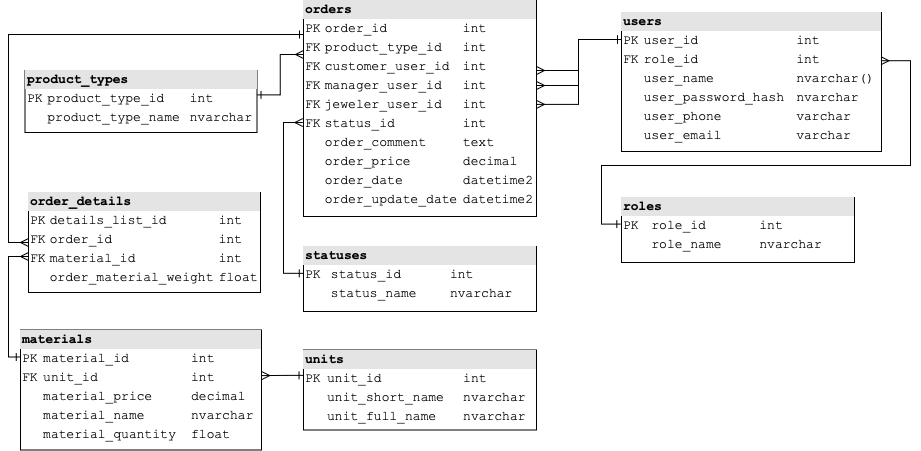
The draw.io diagram docs/database-diagram.drawio.png in mendokusse/jewelry-workshop, before a commit. Source tidied: cells renumbered, new cells last; positions are measured from the earlier drawing's top-left corner, leaving out a move shared by most shapes.
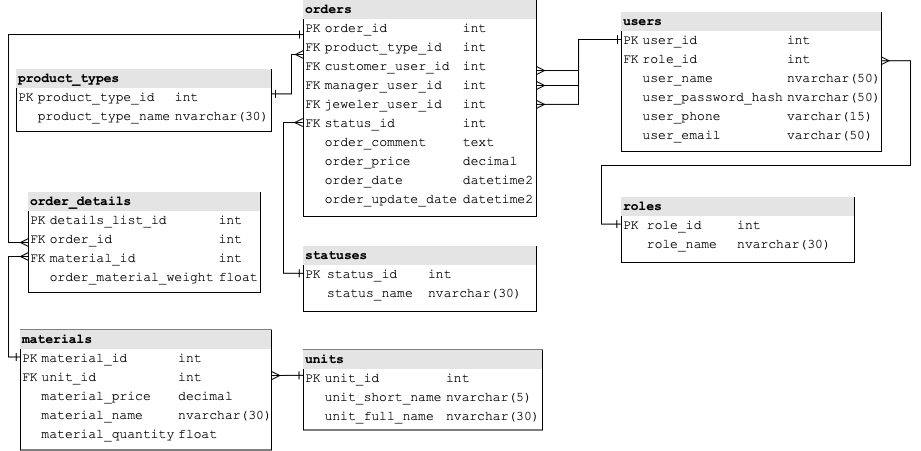
Later version of the same file.

Commit message:
fix database diagram

Diff of the diagram source:
```diff
@@ -2,10 +2,10 @@
   <root>
     <mxCell id="0" />
     <mxCell id="1" parent="0" />
-    <mxCell id="2" value="&lt;div style=&quot;box-sizing: border-box; width: 100%; background: rgb(228, 228, 228); padding: 2px;&quot;&gt;&lt;b&gt;users&lt;/b&gt;&lt;/div&gt;&lt;table style=&quot;width: 100%;&quot; cellpadding=&quot;2&quot; cellspacing=&quot;0&quot;&gt;&lt;tbody&gt;&lt;tr&gt;&lt;td&gt;PK&lt;/td&gt;&lt;td&gt;user_id&lt;/td&gt;&lt;td&gt;int&lt;/td&gt;&lt;/tr&gt;&lt;tr&gt;&lt;td&gt;FK&lt;/td&gt;&lt;td&gt;role_id&lt;/td&gt;&lt;td&gt;int&lt;/td&gt;&lt;/tr&gt;&lt;tr&gt;&lt;td&gt;&lt;br&gt;&lt;/td&gt;&lt;td&gt;user_name&lt;br&gt;&lt;/td&gt;&lt;td&gt;nvarchar()&lt;/td&gt;&lt;/tr&gt;&lt;tr&gt;&lt;td&gt;&lt;/td&gt;&lt;td&gt;user_password_hash&lt;/td&gt;&lt;td&gt;nvarchar&lt;/td&gt;&lt;/tr&gt;&lt;tr&gt;&lt;td&gt;&lt;br&gt;&lt;/td&gt;&lt;td&gt;user_phone&lt;/td&gt;&lt;td&gt;varchar&lt;/td&gt;&lt;/tr&gt;&lt;tr&gt;&lt;td&gt;&lt;br&gt;&lt;/td&gt;&lt;td&gt;user_email&lt;/td&gt;&lt;td&gt;varchar&lt;/td&gt;&lt;/tr&gt;&lt;/tbody&gt;&lt;/table&gt;" style="verticalAlign=top;align=left;overflow=fill;html=1;whiteSpace=wrap;rounded=0;fontFamily=Courier New;fontSize=13;" parent="1" vertex="1">
+    <mxCell id="2" value="&lt;div style=&quot;box-sizing: border-box; width: 100%; background: rgb(228, 228, 228); padding: 2px;&quot;&gt;&lt;b&gt;users&lt;/b&gt;&lt;/div&gt;&lt;table style=&quot;width: 100%;&quot; cellpadding=&quot;2&quot; cellspacing=&quot;0&quot;&gt;&lt;tbody&gt;&lt;tr&gt;&lt;td&gt;PK&lt;/td&gt;&lt;td&gt;user_id&lt;/td&gt;&lt;td&gt;int&lt;/td&gt;&lt;/tr&gt;&lt;tr&gt;&lt;td&gt;FK&lt;/td&gt;&lt;td&gt;role_id&lt;/td&gt;&lt;td&gt;int&lt;/td&gt;&lt;/tr&gt;&lt;tr&gt;&lt;td&gt;&lt;br&gt;&lt;/td&gt;&lt;td&gt;user_name&lt;br&gt;&lt;/td&gt;&lt;td&gt;nvarchar(50)&lt;/td&gt;&lt;/tr&gt;&lt;tr&gt;&lt;td&gt;&lt;/td&gt;&lt;td&gt;user_password_hash&lt;/td&gt;&lt;td&gt;nvarchar(50)&lt;/td&gt;&lt;/tr&gt;&lt;tr&gt;&lt;td&gt;&lt;br&gt;&lt;/td&gt;&lt;td&gt;user_phone&lt;/td&gt;&lt;td&gt;varchar(15)&lt;/td&gt;&lt;/tr&gt;&lt;tr&gt;&lt;td&gt;&lt;br&gt;&lt;/td&gt;&lt;td&gt;user_email&lt;/td&gt;&lt;td&gt;varchar(50)&lt;/td&gt;&lt;/tr&gt;&lt;/tbody&gt;&lt;/table&gt;" style="verticalAlign=top;align=left;overflow=fill;html=1;whiteSpace=wrap;rounded=0;fontFamily=Courier New;fontSize=13;" parent="1" vertex="1">
       <mxGeometry x="613" y="12" width="260" height="139" as="geometry" />
     </mxCell>
-    <mxCell id="3" value="&lt;div style=&quot;box-sizing: border-box; width: 100%; background: rgb(228, 228, 228); padding: 2px;&quot;&gt;&lt;b&gt;roles&lt;/b&gt;&lt;/div&gt;&lt;table style=&quot;width: 100%;&quot; cellpadding=&quot;2&quot; cellspacing=&quot;0&quot;&gt;&lt;tbody&gt;&lt;tr&gt;&lt;td&gt;PK&lt;/td&gt;&lt;td&gt;role_id&lt;/td&gt;&lt;td&gt;int&lt;/td&gt;&lt;/tr&gt;&lt;tr&gt;&lt;td&gt;&lt;br&gt;&lt;/td&gt;&lt;td&gt;role_name&lt;/td&gt;&lt;td&gt;nvarchar&lt;/td&gt;&lt;/tr&gt;&lt;tr&gt;&lt;td&gt;&lt;br&gt;&lt;/td&gt;&lt;td&gt;&lt;/td&gt;&lt;td&gt;&lt;/td&gt;&lt;/tr&gt;&lt;/tbody&gt;&lt;/table&gt;" style="verticalAlign=top;align=left;overflow=fill;html=1;whiteSpace=wrap;rounded=0;fontFamily=Courier New;fontSize=13;" parent="1" vertex="1">
+    <mxCell id="3" value="&lt;div style=&quot;box-sizing: border-box; width: 100%; background: rgb(228, 228, 228); padding: 2px;&quot;&gt;&lt;b&gt;roles&lt;/b&gt;&lt;/div&gt;&lt;table style=&quot;width: 100%;&quot; cellpadding=&quot;2&quot; cellspacing=&quot;0&quot;&gt;&lt;tbody&gt;&lt;tr&gt;&lt;td&gt;PK&lt;/td&gt;&lt;td&gt;role_id&lt;/td&gt;&lt;td&gt;int&lt;/td&gt;&lt;/tr&gt;&lt;tr&gt;&lt;td&gt;&lt;br&gt;&lt;/td&gt;&lt;td&gt;role_name&lt;/td&gt;&lt;td&gt;nvarchar(30)&lt;/td&gt;&lt;/tr&gt;&lt;tr&gt;&lt;td&gt;&lt;br&gt;&lt;/td&gt;&lt;td&gt;&lt;/td&gt;&lt;td&gt;&lt;/td&gt;&lt;/tr&gt;&lt;/tbody&gt;&lt;/table&gt;" style="verticalAlign=top;align=left;overflow=fill;html=1;whiteSpace=wrap;rounded=0;fontFamily=Courier New;fontSize=13;" parent="1" vertex="1">
       <mxGeometry x="613" y="197" width="233" height="65" as="geometry" />
     </mxCell>
     <mxCell id="4" style="edgeStyle=orthogonalEdgeStyle;rounded=0;jettySize=auto;html=1;entryX=0;entryY=0.5;entryDx=0;entryDy=0;startArrow=ERone;startFill=0;endArrow=ERmany;endFill=0;" parent="1" edge="1" source="5" target="7">
@@ -19,17 +19,17 @@
     <mxCell id="5" value="&lt;div style=&quot;box-sizing: border-box; width: 100%; background: rgb(228, 228, 228); padding: 2px;&quot;&gt;&lt;b&gt;orders&lt;/b&gt;&lt;/div&gt;&lt;table style=&quot;width: 100%;&quot; cellpadding=&quot;2&quot; cellspacing=&quot;0&quot;&gt;&lt;tbody&gt;&lt;tr&gt;&lt;td&gt;PK&lt;/td&gt;&lt;td&gt;order_id&lt;/td&gt;&lt;td&gt;int&lt;/td&gt;&lt;/tr&gt;&lt;tr&gt;&lt;td&gt;FK&lt;/td&gt;&lt;td&gt;product_type_id&lt;/td&gt;&lt;td&gt;int&lt;/td&gt;&lt;/tr&gt;&lt;tr&gt;&lt;td&gt;FK&lt;/td&gt;&lt;td&gt;customer_user_id&lt;/td&gt;&lt;td&gt;int&lt;/td&gt;&lt;/tr&gt;&lt;tr&gt;&lt;td&gt;FK&lt;/td&gt;&lt;td&gt;manager_user_id&lt;/td&gt;&lt;td&gt;int&lt;/td&gt;&lt;/tr&gt;&lt;tr&gt;&lt;td&gt;&lt;span style=&quot;white-space: pre;&quot;&gt;FK&lt;/span&gt;&lt;/td&gt;&lt;td&gt;jeweler_user_id&lt;/td&gt;&lt;td&gt;int&lt;/td&gt;&lt;/tr&gt;&lt;tr&gt;&lt;td&gt;FK&lt;/td&gt;&lt;td&gt;status_id&lt;/td&gt;&lt;td&gt;int&lt;/td&gt;&lt;/tr&gt;&lt;tr&gt;&lt;td&gt;&lt;br&gt;&lt;/td&gt;&lt;td&gt;order_comment&lt;/td&gt;&lt;td&gt;text&lt;/td&gt;&lt;/tr&gt;&lt;tr&gt;&lt;td&gt;&lt;br&gt;&lt;/td&gt;&lt;td&gt;order_price&lt;/td&gt;&lt;td&gt;decimal&lt;/td&gt;&lt;/tr&gt;&lt;tr&gt;&lt;td&gt;&lt;br&gt;&lt;/td&gt;&lt;td&gt;order_date&lt;/td&gt;&lt;td&gt;datetime2&lt;/td&gt;&lt;/tr&gt;&lt;tr&gt;&lt;td&gt;&lt;br&gt;&lt;/td&gt;&lt;td&gt;order_update_date&lt;/td&gt;&lt;td&gt;datetime2&lt;/td&gt;&lt;/tr&gt;&lt;/tbody&gt;&lt;/table&gt;" style="verticalAlign=top;align=left;overflow=fill;html=1;whiteSpace=wrap;rounded=0;fontFamily=Courier New;fontSize=13;" parent="1" vertex="1">
       <mxGeometry x="295" width="233" height="216" as="geometry" />
     </mxCell>
-    <mxCell id="6" value="&lt;div style=&quot;box-sizing: border-box; width: 100%; background: rgb(228, 228, 228); padding: 2px;&quot;&gt;&lt;b&gt;statuses&lt;/b&gt;&lt;/div&gt;&lt;table style=&quot;width: 100%;&quot; cellpadding=&quot;2&quot; cellspacing=&quot;0&quot;&gt;&lt;tbody&gt;&lt;tr&gt;&lt;td&gt;PK&lt;/td&gt;&lt;td&gt;status_id&lt;/td&gt;&lt;td&gt;int&lt;/td&gt;&lt;/tr&gt;&lt;tr&gt;&lt;td&gt;&lt;br&gt;&lt;/td&gt;&lt;td&gt;status_name&lt;/td&gt;&lt;td&gt;nvarchar&lt;/td&gt;&lt;/tr&gt;&lt;tr&gt;&lt;td&gt;&lt;br&gt;&lt;/td&gt;&lt;td&gt;&lt;/td&gt;&lt;td&gt;&lt;/td&gt;&lt;/tr&gt;&lt;/tbody&gt;&lt;/table&gt;" style="verticalAlign=top;align=left;overflow=fill;html=1;whiteSpace=wrap;rounded=0;fontFamily=Courier New;fontSize=13;" parent="1" vertex="1">
+    <mxCell id="6" value="&lt;div style=&quot;box-sizing: border-box; width: 100%; background: rgb(228, 228, 228); padding: 2px;&quot;&gt;&lt;b&gt;statuses&lt;/b&gt;&lt;/div&gt;&lt;table style=&quot;width: 100%;&quot; cellpadding=&quot;2&quot; cellspacing=&quot;0&quot;&gt;&lt;tbody&gt;&lt;tr&gt;&lt;td&gt;PK&lt;/td&gt;&lt;td&gt;status_id&lt;/td&gt;&lt;td&gt;int&lt;/td&gt;&lt;/tr&gt;&lt;tr&gt;&lt;td&gt;&lt;br&gt;&lt;/td&gt;&lt;td&gt;status_name&lt;/td&gt;&lt;td&gt;nvarchar(30)&lt;/td&gt;&lt;/tr&gt;&lt;tr&gt;&lt;td&gt;&lt;br&gt;&lt;/td&gt;&lt;td&gt;&lt;/td&gt;&lt;td&gt;&lt;/td&gt;&lt;/tr&gt;&lt;/tbody&gt;&lt;/table&gt;" style="verticalAlign=top;align=left;overflow=fill;html=1;whiteSpace=wrap;rounded=0;fontFamily=Courier New;fontSize=13;" parent="1" vertex="1">
       <mxGeometry x="295" y="246" width="233" height="65" as="geometry" />
     </mxCell>
     <mxCell id="7" value="&lt;div style=&quot;box-sizing: border-box; width: 100%; background: rgb(228, 228, 228); padding: 2px;&quot;&gt;&lt;b&gt;order_details&lt;/b&gt;&lt;/div&gt;&lt;table style=&quot;width: 100%;&quot; cellpadding=&quot;2&quot; cellspacing=&quot;0&quot;&gt;&lt;tbody&gt;&lt;tr&gt;&lt;td&gt;PK&lt;/td&gt;&lt;td&gt;details_list_id&lt;/td&gt;&lt;td&gt;int&lt;/td&gt;&lt;/tr&gt;&lt;tr&gt;&lt;td&gt;FK&lt;/td&gt;&lt;td&gt;order_id&lt;/td&gt;&lt;td&gt;int&lt;/td&gt;&lt;/tr&gt;&lt;tr&gt;&lt;td&gt;FK&lt;/td&gt;&lt;td&gt;material_id&lt;/td&gt;&lt;td&gt;int&lt;/td&gt;&lt;/tr&gt;&lt;tr&gt;&lt;td&gt;&lt;br&gt;&lt;/td&gt;&lt;td&gt;order_material_weight&lt;/td&gt;&lt;td&gt;float&lt;/td&gt;&lt;/tr&gt;&lt;tr&gt;&lt;td&gt;&lt;br&gt;&lt;/td&gt;&lt;td&gt;&lt;br&gt;&lt;/td&gt;&lt;td&gt;&lt;br&gt;&lt;/td&gt;&lt;/tr&gt;&lt;/tbody&gt;&lt;/table&gt;" style="verticalAlign=top;align=left;overflow=fill;html=1;whiteSpace=wrap;rounded=0;fontFamily=Courier New;fontSize=13;" parent="1" vertex="1">
       <mxGeometry x="20" y="192" width="232" height="100" as="geometry" />
     </mxCell>
-    <mxCell id="8" value="&lt;div style=&quot;box-sizing: border-box; width: 100%; background: rgb(228, 228, 228); padding: 2px;&quot;&gt;&lt;b&gt;materials&lt;/b&gt;&lt;/div&gt;&lt;table style=&quot;width: 100%;&quot; cellpadding=&quot;2&quot; cellspacing=&quot;0&quot;&gt;&lt;tbody&gt;&lt;tr&gt;&lt;td&gt;PK&lt;/td&gt;&lt;td&gt;material_id&lt;/td&gt;&lt;td&gt;int&lt;/td&gt;&lt;/tr&gt;&lt;tr&gt;&lt;td&gt;FK&lt;/td&gt;&lt;td&gt;unit_id&lt;/td&gt;&lt;td&gt;int&lt;/td&gt;&lt;/tr&gt;&lt;tr&gt;&lt;td&gt;&lt;br&gt;&lt;/td&gt;&lt;td&gt;material_price&lt;/td&gt;&lt;td&gt;decimal&lt;/td&gt;&lt;/tr&gt;&lt;tr&gt;&lt;td&gt;&lt;br&gt;&lt;/td&gt;&lt;td&gt;material_name&lt;/td&gt;&lt;td&gt;nvarchar&lt;/td&gt;&lt;/tr&gt;&lt;tr&gt;&lt;td&gt;&lt;br&gt;&lt;/td&gt;&lt;td&gt;material_quantity&lt;/td&gt;&lt;td&gt;float&lt;/td&gt;&lt;/tr&gt;&lt;tr&gt;&lt;td&gt;&lt;br&gt;&lt;/td&gt;&lt;td&gt;&lt;br&gt;&lt;/td&gt;&lt;td&gt;&lt;br&gt;&lt;/td&gt;&lt;/tr&gt;&lt;/tbody&gt;&lt;/table&gt;" style="verticalAlign=top;align=left;overflow=fill;html=1;whiteSpace=wrap;rounded=0;fontFamily=Courier New;fontSize=13;" parent="1" vertex="1">
-      <mxGeometry x="12" y="329.5" width="241" height="120" as="geometry" />
+    <mxCell id="8" value="&lt;div style=&quot;box-sizing: border-box; width: 100%; background: rgb(228, 228, 228); padding: 2px;&quot;&gt;&lt;b&gt;materials&lt;/b&gt;&lt;/div&gt;&lt;table style=&quot;width: 100%;&quot; cellpadding=&quot;2&quot; cellspacing=&quot;0&quot;&gt;&lt;tbody&gt;&lt;tr&gt;&lt;td&gt;PK&lt;/td&gt;&lt;td&gt;material_id&lt;/td&gt;&lt;td&gt;int&lt;/td&gt;&lt;/tr&gt;&lt;tr&gt;&lt;td&gt;FK&lt;/td&gt;&lt;td&gt;unit_id&lt;/td&gt;&lt;td&gt;int&lt;/td&gt;&lt;/tr&gt;&lt;tr&gt;&lt;td&gt;&lt;br&gt;&lt;/td&gt;&lt;td&gt;material_price&lt;/td&gt;&lt;td&gt;decimal&lt;/td&gt;&lt;/tr&gt;&lt;tr&gt;&lt;td&gt;&lt;br&gt;&lt;/td&gt;&lt;td&gt;material_name&lt;/td&gt;&lt;td&gt;nvarchar(30)&lt;/td&gt;&lt;/tr&gt;&lt;tr&gt;&lt;td&gt;&lt;br&gt;&lt;/td&gt;&lt;td&gt;material_quantity&lt;/td&gt;&lt;td&gt;float&lt;/td&gt;&lt;/tr&gt;&lt;tr&gt;&lt;td&gt;&lt;br&gt;&lt;/td&gt;&lt;td&gt;&lt;br&gt;&lt;/td&gt;&lt;td&gt;&lt;br&gt;&lt;/td&gt;&lt;/tr&gt;&lt;/tbody&gt;&lt;/table&gt;" style="verticalAlign=top;align=left;overflow=fill;html=1;whiteSpace=wrap;rounded=0;fontFamily=Courier New;fontSize=13;" parent="1" vertex="1">
+      <mxGeometry x="12" y="329.5" width="251" height="120" as="geometry" />
     </mxCell>
-    <mxCell id="9" value="&lt;div style=&quot;box-sizing: border-box; width: 100%; background: rgb(228, 228, 228); padding: 2px;&quot;&gt;&lt;b&gt;units&lt;/b&gt;&lt;/div&gt;&lt;table style=&quot;width: 100%;&quot; cellpadding=&quot;2&quot; cellspacing=&quot;0&quot;&gt;&lt;tbody&gt;&lt;tr&gt;&lt;td&gt;PK&lt;/td&gt;&lt;td&gt;unit_id&lt;/td&gt;&lt;td&gt;int&lt;/td&gt;&lt;/tr&gt;&lt;tr&gt;&lt;td&gt;&lt;br&gt;&lt;/td&gt;&lt;td&gt;unit_short_name&lt;/td&gt;&lt;td&gt;nvarchar&lt;/td&gt;&lt;/tr&gt;&lt;tr&gt;&lt;td&gt;&lt;br&gt;&lt;/td&gt;&lt;td&gt;unit_full_name&lt;/td&gt;&lt;td&gt;nvarchar&lt;/td&gt;&lt;/tr&gt;&lt;/tbody&gt;&lt;/table&gt;" style="verticalAlign=top;align=left;overflow=fill;html=1;whiteSpace=wrap;rounded=0;fontFamily=Courier New;fontSize=13;" parent="1" vertex="1">
-      <mxGeometry x="295" y="349.5" width="233" height="80" as="geometry" />
+    <mxCell id="9" value="&lt;div style=&quot;box-sizing: border-box; width: 100%; background: rgb(228, 228, 228); padding: 2px;&quot;&gt;&lt;b&gt;units&lt;/b&gt;&lt;/div&gt;&lt;table style=&quot;width: 100%;&quot; cellpadding=&quot;2&quot; cellspacing=&quot;0&quot;&gt;&lt;tbody&gt;&lt;tr&gt;&lt;td&gt;PK&lt;/td&gt;&lt;td&gt;unit_id&lt;/td&gt;&lt;td&gt;int&lt;/td&gt;&lt;/tr&gt;&lt;tr&gt;&lt;td&gt;&lt;br&gt;&lt;/td&gt;&lt;td&gt;unit_short_name&lt;/td&gt;&lt;td&gt;nvarchar(5)&lt;/td&gt;&lt;/tr&gt;&lt;tr&gt;&lt;td&gt;&lt;br&gt;&lt;/td&gt;&lt;td&gt;unit_full_name&lt;/td&gt;&lt;td&gt;nvarchar(30)&lt;/td&gt;&lt;/tr&gt;&lt;/tbody&gt;&lt;/table&gt;" style="verticalAlign=top;align=left;overflow=fill;html=1;whiteSpace=wrap;rounded=0;fontFamily=Courier New;fontSize=13;" parent="1" vertex="1">
+      <mxGeometry x="295" y="349.5" width="239" height="80" as="geometry" />
     </mxCell>
     <mxCell id="10" style="edgeStyle=orthogonalEdgeStyle;rounded=0;jettySize=auto;html=1;entryX=0;entryY=0.64;entryDx=0;entryDy=0;entryPerimeter=0;exitX=-0.001;exitY=0.225;exitDx=0;exitDy=0;exitPerimeter=0;startArrow=ERone;startFill=0;endArrow=ERmany;endFill=0;fontFamily=Courier New;fontSize=13;" parent="1" edge="1" source="8" target="7">
       <mxGeometry relative="1" as="geometry">
@@ -42,8 +42,8 @@
     <mxCell id="11" style="edgeStyle=orthogonalEdgeStyle;rounded=0;jettySize=auto;html=1;entryX=0;entryY=0.25;entryDx=0;entryDy=0;exitX=1;exitY=0.393;exitDx=0;exitDy=0;exitPerimeter=0;startArrow=ERone;startFill=0;endArrow=ERmany;endFill=0;" parent="1" edge="1" source="12" target="5">
       <mxGeometry relative="1" as="geometry" />
     </mxCell>
-    <mxCell id="12" value="&lt;div style=&quot;box-sizing: border-box; width: 100%; background: rgb(228, 228, 228); padding: 2px;&quot;&gt;&lt;b&gt;product_types&lt;/b&gt;&lt;/div&gt;&lt;table style=&quot;width: 100%;&quot; cellpadding=&quot;2&quot; cellspacing=&quot;0&quot;&gt;&lt;tbody&gt;&lt;tr&gt;&lt;td&gt;PK&lt;/td&gt;&lt;td&gt;product_type_id&lt;/td&gt;&lt;td&gt;int&lt;/td&gt;&lt;/tr&gt;&lt;tr&gt;&lt;td&gt;&lt;br&gt;&lt;/td&gt;&lt;td&gt;product_type_name&lt;/td&gt;&lt;td&gt;nvarchar&lt;/td&gt;&lt;/tr&gt;&lt;tr&gt;&lt;td&gt;&lt;br&gt;&lt;/td&gt;&lt;td&gt;&lt;br&gt;&lt;/td&gt;&lt;td&gt;&lt;br&gt;&lt;/td&gt;&lt;/tr&gt;&lt;/tbody&gt;&lt;/table&gt;" style="verticalAlign=top;align=left;overflow=fill;html=1;whiteSpace=wrap;rounded=0;fontFamily=Courier New;fontSize=13;" parent="1" vertex="1">
-      <mxGeometry x="16.5" y="70" width="232" height="62" as="geometry" />
+    <mxCell id="12" value="&lt;div style=&quot;box-sizing: border-box; width: 100%; background: rgb(228, 228, 228); padding: 2px;&quot;&gt;&lt;b&gt;product_types&lt;/b&gt;&lt;/div&gt;&lt;table style=&quot;width: 100%;&quot; cellpadding=&quot;2&quot; cellspacing=&quot;0&quot;&gt;&lt;tbody&gt;&lt;tr&gt;&lt;td&gt;PK&lt;/td&gt;&lt;td&gt;product_type_id&lt;/td&gt;&lt;td&gt;int&lt;/td&gt;&lt;/tr&gt;&lt;tr&gt;&lt;td&gt;&lt;br&gt;&lt;/td&gt;&lt;td&gt;product_type_name&lt;/td&gt;&lt;td&gt;nvarchar(30)&lt;/td&gt;&lt;/tr&gt;&lt;tr&gt;&lt;td&gt;&lt;br&gt;&lt;/td&gt;&lt;td&gt;&lt;br&gt;&lt;/td&gt;&lt;td&gt;&lt;br&gt;&lt;/td&gt;&lt;/tr&gt;&lt;/tbody&gt;&lt;/table&gt;" style="verticalAlign=top;align=left;overflow=fill;html=1;whiteSpace=wrap;rounded=0;fontFamily=Courier New;fontSize=13;" parent="1" vertex="1">
+      <mxGeometry x="8" y="69" width="255" height="62" as="geometry" />
     </mxCell>
     <mxCell id="13" style="edgeStyle=orthogonalEdgeStyle;rounded=0;jettySize=auto;html=1;entryX=1.001;entryY=0.38;entryDx=0;entryDy=0;entryPerimeter=0;exitX=-0.002;exitY=0.317;exitDx=0;exitDy=0;exitPerimeter=0;startArrow=ERone;startFill=0;endArrow=ERmany;endFill=0;fontFamily=Courier New;fontSize=13;" parent="1" edge="1" source="9" target="8">
       <mxGeometry relative="1" as="geometry">
```
